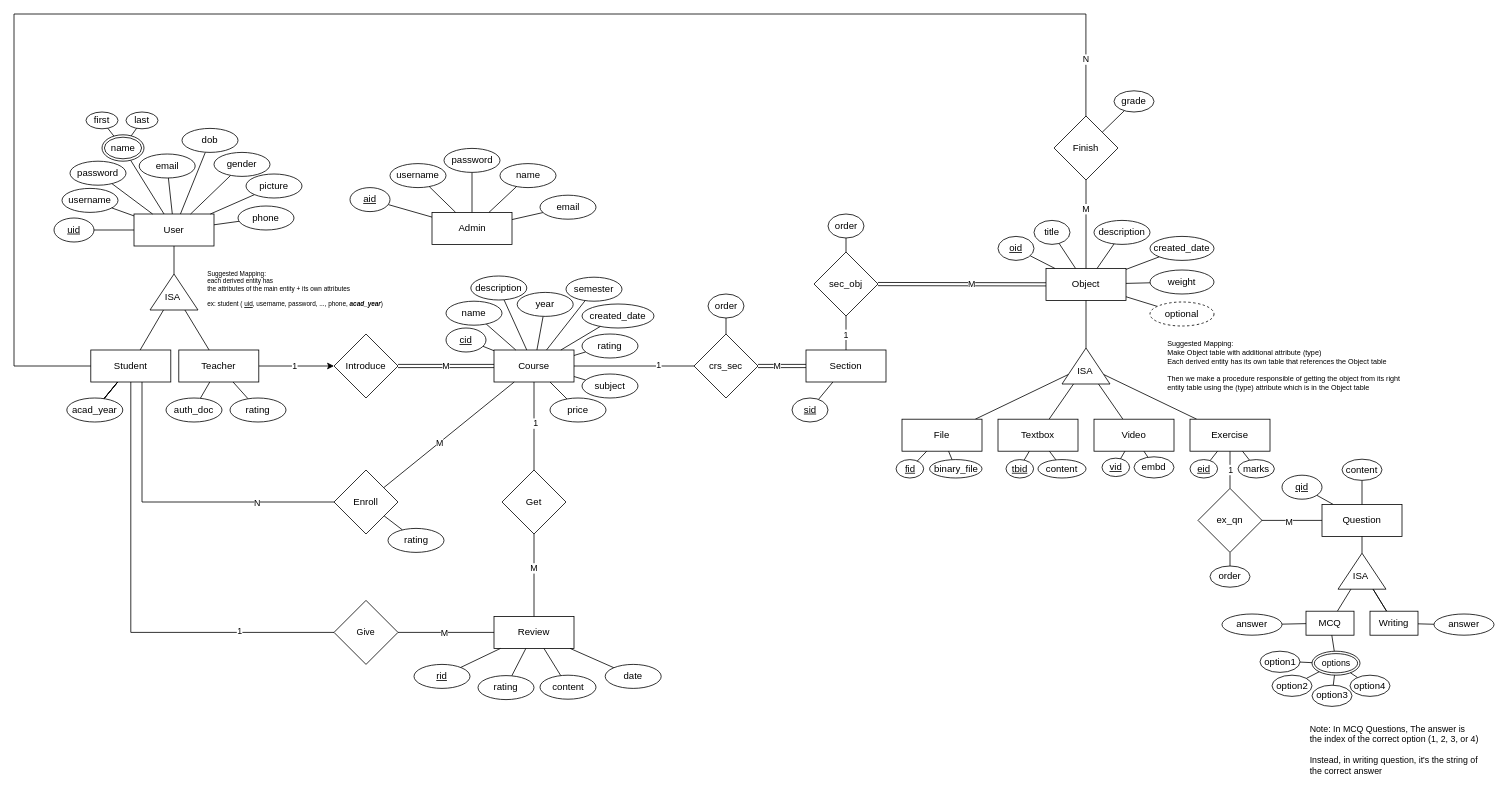
Above: page "ERD" (1 of 2) of Design/Database Diagrams.drawio in ahmedamrelhefnawy/Neon-Academy (draw.io), before the change. Source tidied: cells renumbered, new cells numbered last; positions are measured from the earlier drawing's top-left corner, leaving out a move shared by most shapes. Both pictures are drawn from the tidied source at 80%, with x=0, y=0 at pixel (14, 14).
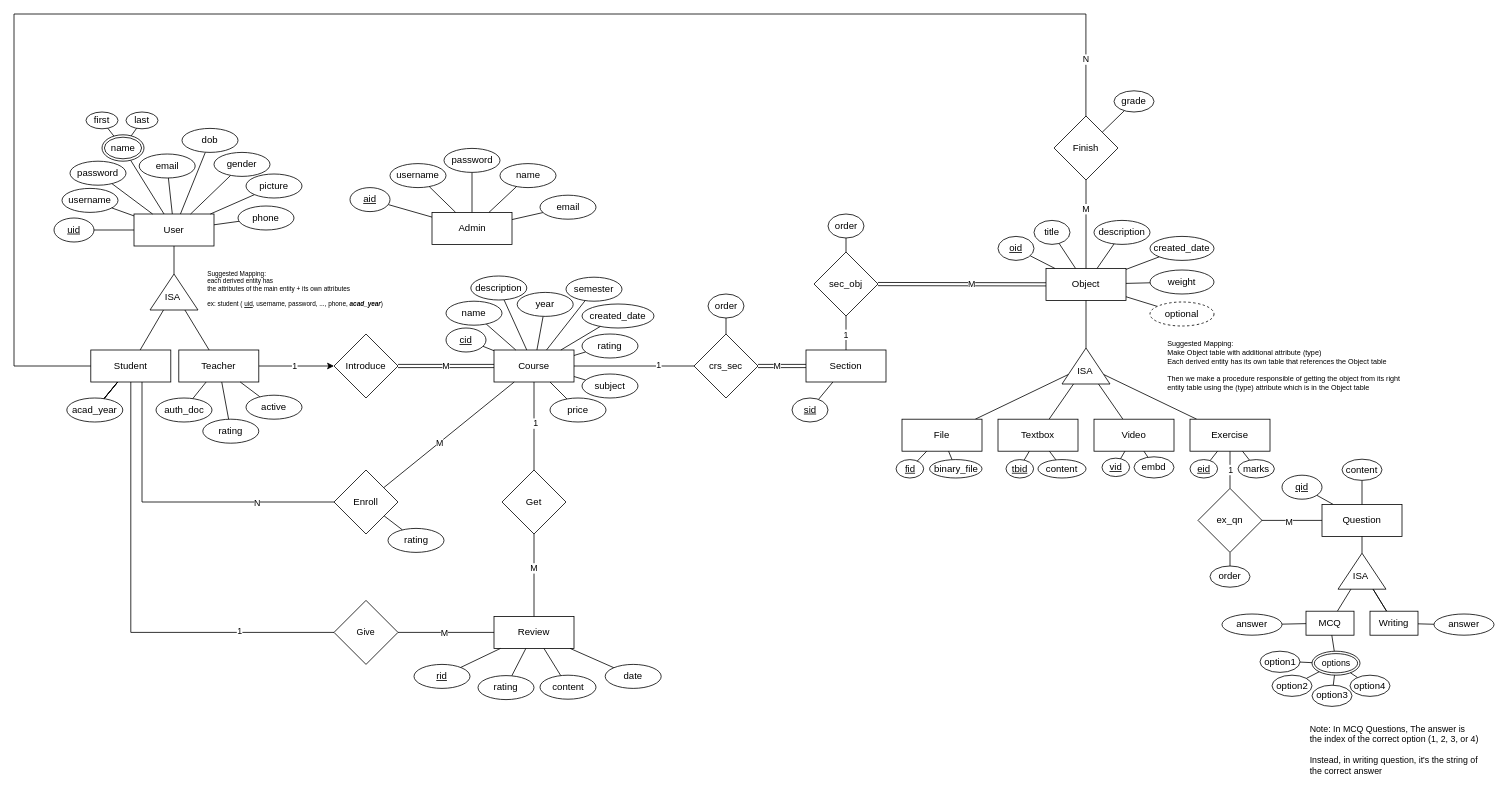
The same page after the edit.

The change refers to these unchanged cells:
```xml
<mxCell id="19" value="Teacher" style="whiteSpace=wrap;html=1;align=center;" parent="1" vertex="1">
  <mxGeometry x="206" y="420" width="100" height="40" as="geometry" />
</mxCell>
```

What changed in the source:
```diff
@@
     <mxCell id="96" value="auth_doc" style="ellipse;whiteSpace=wrap;html=1;" parent="1" vertex="1">
-      <mxGeometry x="190" y="480" width="70" height="30" as="geometry" />
+      <mxGeometry x="177.5" y="480" width="70" height="30" as="geometry" />
     </mxCell>
@@
     <mxCell id="164" value="rating" style="ellipse;whiteSpace=wrap;html=1;" parent="1" vertex="1">
-      <mxGeometry x="270" y="480" width="70" height="30" as="geometry" />
+      <mxGeometry x="236" y="506.5" width="70" height="30" as="geometry" />
     </mxCell>
@@
+    <mxCell id="199" style="rounded=0;jettySize=auto;html=1;endArrow=none;endFill=0;" parent="1" edge="1" source="200" target="19">
+      <mxGeometry relative="1" as="geometry" />
+    </mxCell>
+    <mxCell id="200" value="active" style="ellipse;whiteSpace=wrap;html=1;" parent="1" vertex="1">
+      <mxGeometry x="290" y="476.5" width="70" height="30" as="geometry" />
+    </mxCell>
```
